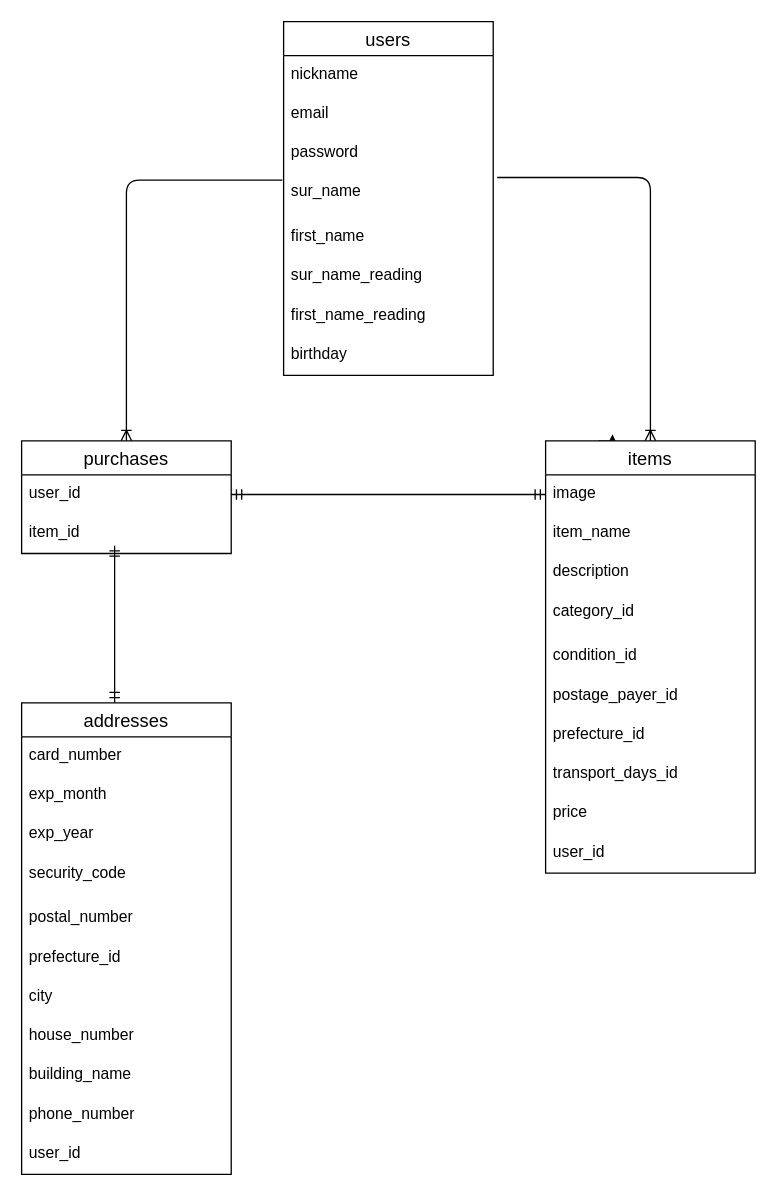
Before: database.dio in fumiyaaan/furima-30574, a draw.io diagram. Source tidied: cells renumbered, new cells numbered last; positions are measured from the earlier drawing's top-left corner, leaving out a move shared by most shapes. Both pictures are drawn from the tidied source at 131%, with x=0, y=0 at pixel (21, 21).
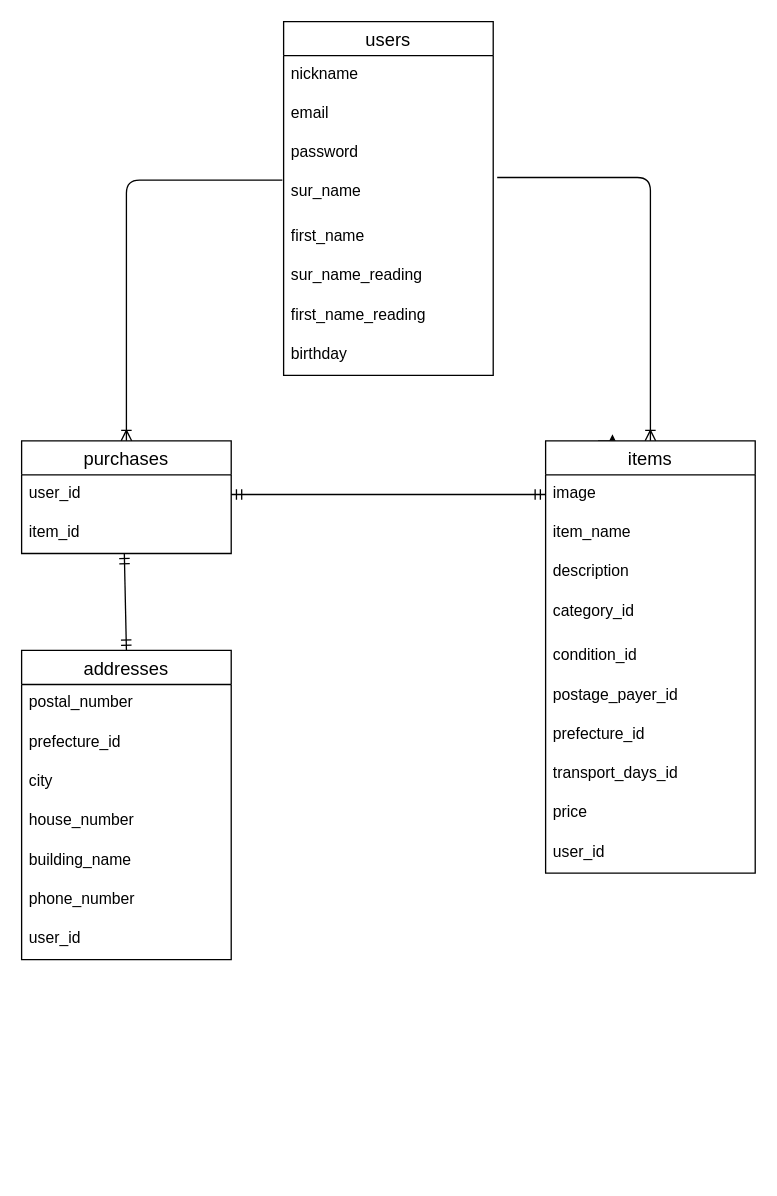
After the change.

Commit message (it also covers changes not shown here):
プルリクエスト1 指摘に基づく修正2回目

Unchanged cells that the change refers to:
```xml
<mxCell id="7" value="sur_name" style="text;strokeColor=none;fillColor=none;spacingLeft=4;spacingRight=4;overflow=hidden;points=[[0,0.5],[1,0.5]];portConstraint=eastwest;fontSize=12;" parent="3" vertex="1">
  <mxGeometry y="116" width="160" height="34" as="geometry" />
</mxCell>
<mxCell id="13" value="image" style="text;strokeColor=none;fillColor=none;spacingLeft=4;spacingRight=4;overflow=hidden;points=[[0,0.5],[1,0.5]];portConstraint=eastwest;fontSize=12;" parent="12" vertex="1">
  <mxGeometry y="26" width="160" height="30" as="geometry" />
</mxCell>
<mxCell id="24" value="purchases" style="swimlane;fontStyle=0;horizontal=1;startSize=26;align=center;fontSize=14;" parent="1" vertex="1">
  <mxGeometry y="320" width="160" height="86" as="geometry" />
</mxCell>
<mxCell id="25" value="user_id" style="text;strokeColor=none;fillColor=none;spacingLeft=4;spacingRight=4;overflow=hidden;points=[[0,0.5],[1,0.5]];portConstraint=eastwest;fontSize=12;" parent="24" vertex="1">
  <mxGeometry y="26" width="160" height="30" as="geometry" />
</mxCell>
<mxCell id="26" value="item_id" style="text;strokeColor=none;fillColor=none;spacingLeft=4;spacingRight=4;overflow=hidden;points=[[0,0.5],[1,0.5]];portConstraint=eastwest;fontSize=12;" parent="24" vertex="1">
  <mxGeometry y="56" width="160" height="30" as="geometry" />
</mxCell>
```

What changed in the source:
```diff
@@
+    <mxCell id="39" style="edgeStyle=orthogonalEdgeStyle;fontSize=12;html=1;endArrow=ERoneToMany;entryX=0.5;entryY=0;entryDx=0;entryDy=0;exitX=-0.006;exitY=0.147;exitDx=0;exitDy=0;exitPerimeter=0;" parent="1" edge="1" source="7" target="24">
+      <mxGeometry relative="1" as="geometry" />
+    </mxCell>
+    <mxCell id="40" style="edgeStyle=entityRelationEdgeStyle;fontSize=12;html=1;endArrow=ERmandOne;startArrow=ERmandOne;exitX=1;exitY=0.5;exitDx=0;exitDy=0;entryX=0;entryY=0.5;entryDx=0;entryDy=0;" parent="1" edge="1" source="25" target="13">
+      <mxGeometry relative="1" as="geometry" />
+    </mxCell>
+    <mxCell id="41" style="fontSize=12;html=1;endArrow=ERmandOne;startArrow=ERmandOne;entryX=0.49;entryY=0.995;entryDx=0;entryDy=0;entryPerimeter=0;exitX=0.5;exitY=0;exitDx=0;exitDy=0;" parent="1" edge="1" source="27" target="26">
+      <mxGeometry relative="1" as="geometry" />
+    </mxCell>
     <mxCell id="27" value="addresses" style="swimlane;fontStyle=0;horizontal=1;startSize=26;align=center;fontSize=14;" parent="1" vertex="1">
-      <mxGeometry y="520" width="160" height="360" as="geometry" />
+      <mxGeometry y="480" width="160" height="236" as="geometry" />
     </mxCell>
-    <mxCell id="28" value="card_number" style="text;strokeColor=none;fillColor=none;spacingLeft=4;spacingRight=4;overflow=hidden;fontSize=12;" parent="27" vertex="1">
-      <mxGeometry y="26" width="160" height="30" as="geometry" />
-    </mxCell>
-    <mxCell id="29" value="exp_month" style="text;strokeColor=none;fillColor=none;spacingLeft=4;spacingRight=4;overflow=hidden;fontSize=12;" parent="27" vertex="1">
-      <mxGeometry y="56" width="160" height="30" as="geometry" />
-    </mxCell>
-    <mxCell id="30" value="exp_year" style="text;strokeColor=none;fillColor=none;spacingLeft=4;spacingRight=4;overflow=hidden;fontSize=12;" parent="27" vertex="1">
-      <mxGeometry y="86" width="160" height="30" as="geometry" />
-    </mxCell>
-    <mxCell id="31" value="security_code" style="text;strokeColor=none;fillColor=none;spacingLeft=4;spacingRight=4;overflow=hidden;fontSize=12;" parent="27" vertex="1">
-      <mxGeometry y="116" width="160" height="34" as="geometry" />
-    </mxCell>
     <mxCell id="32" value="postal_number" style="text;strokeColor=none;fillColor=none;spacingLeft=4;spacingRight=4;overflow=hidden;fontSize=12;" parent="27" vertex="1">
-      <mxGeometry y="150" width="160" height="30" as="geometry" />
+      <mxGeometry y="26" width="160" height="30" as="geometry" />
     </mxCell>
     <mxCell id="33" value="prefecture_id" style="text;strokeColor=none;fillColor=none;spacingLeft=4;spacingRight=4;overflow=hidden;fontSize=12;" parent="27" vertex="1">
-      <mxGeometry y="180" width="160" height="30" as="geometry" />
+      <mxGeometry y="56" width="160" height="30" as="geometry" />
     </mxCell>
     <mxCell id="34" value="city" style="text;strokeColor=none;fillColor=none;spacingLeft=4;spacingRight=4;overflow=hidden;fontSize=12;" parent="27" vertex="1">
-      <mxGeometry y="210" width="160" height="30" as="geometry" />
+      <mxGeometry y="86" width="160" height="30" as="geometry" />
     </mxCell>
     <mxCell id="35" value="house_number" style="text;strokeColor=none;fillColor=none;spacingLeft=4;spacingRight=4;overflow=hidden;fontSize=12;" parent="27" vertex="1">
-      <mxGeometry y="240" width="160" height="30" as="geometry" />
+      <mxGeometry y="116" width="160" height="30" as="geometry" />
     </mxCell>
     <mxCell id="36" value="building_name" style="text;strokeColor=none;fillColor=none;spacingLeft=4;spacingRight=4;overflow=hidden;fontSize=12;" parent="27" vertex="1">
-      <mxGeometry y="270" width="160" height="30" as="geometry" />
+      <mxGeometry y="146" width="160" height="30" as="geometry" />
     </mxCell>
     <mxCell id="37" value="phone_number" style="text;strokeColor=none;fillColor=none;spacingLeft=4;spacingRight=4;overflow=hidden;fontSize=12;" parent="27" vertex="1">
-      <mxGeometry y="300" width="160" height="30" as="geometry" />
+      <mxGeometry y="176" width="160" height="30" as="geometry" />
     </mxCell>
     <mxCell id="38" value="user_id" style="text;strokeColor=none;fillColor=none;spacingLeft=4;spacingRight=4;overflow=hidden;fontSize=12;" parent="27" vertex="1">
-      <mxGeometry y="330" width="160" height="30" as="geometry" />
+      <mxGeometry y="206" width="160" height="30" as="geometry" />
     </mxCell>
-    <mxCell id="39" style="edgeStyle=orthogonalEdgeStyle;fontSize=12;html=1;endArrow=ERoneToMany;entryX=0.5;entryY=0;entryDx=0;entryDy=0;exitX=-0.006;exitY=0.147;exitDx=0;exitDy=0;exitPerimeter=0;" parent="1" edge="1" source="7" target="24">
-      <mxGeometry relative="1" as="geometry" />
-    </mxCell>
-    <mxCell id="40" style="edgeStyle=entityRelationEdgeStyle;fontSize=12;html=1;endArrow=ERmandOne;startArrow=ERmandOne;exitX=1;exitY=0.5;exitDx=0;exitDy=0;entryX=0;entryY=0.5;entryDx=0;entryDy=0;" parent="1" edge="1" source="25" target="13">
-      <mxGeometry relative="1" as="geometry" />
-    </mxCell>
-    <mxCell id="41" style="fontSize=12;html=1;endArrow=ERmandOne;startArrow=ERmandOne;" parent="1" edge="1">
-      <mxGeometry relative="1" as="geometry">
-        <mxPoint x="71" y="520" as="sourcePoint" />
-        <mxPoint x="71" y="400" as="targetPoint" />
-      </mxGeometry>
-    </mxCell>
```
